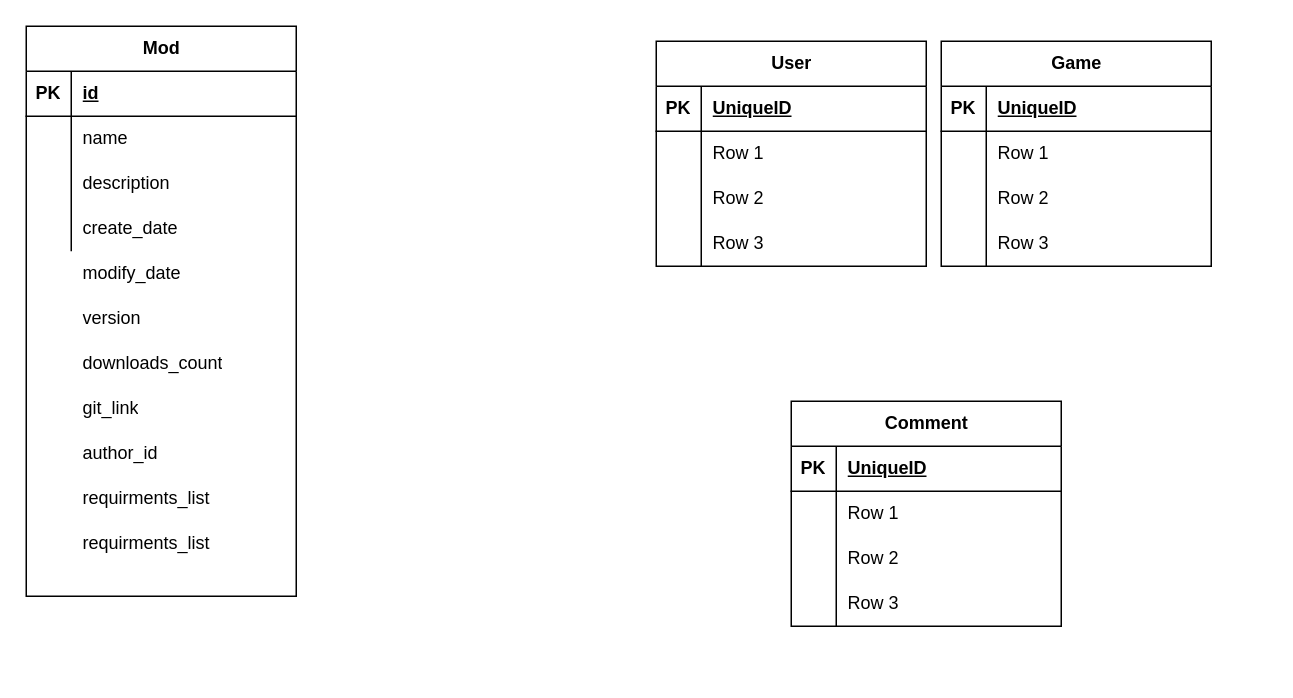
This is Диаграмма без названия.drawio from kviron/lostool, a draw.io file, before an edit. Source tidied: cells renumbered, new cells numbered last; positions are measured from the earlier drawing's top-left corner, leaving out a move shared by most shapes. Both pictures are drawn from the tidied source at 150%, with x=0, y=0 at pixel (26, 26).
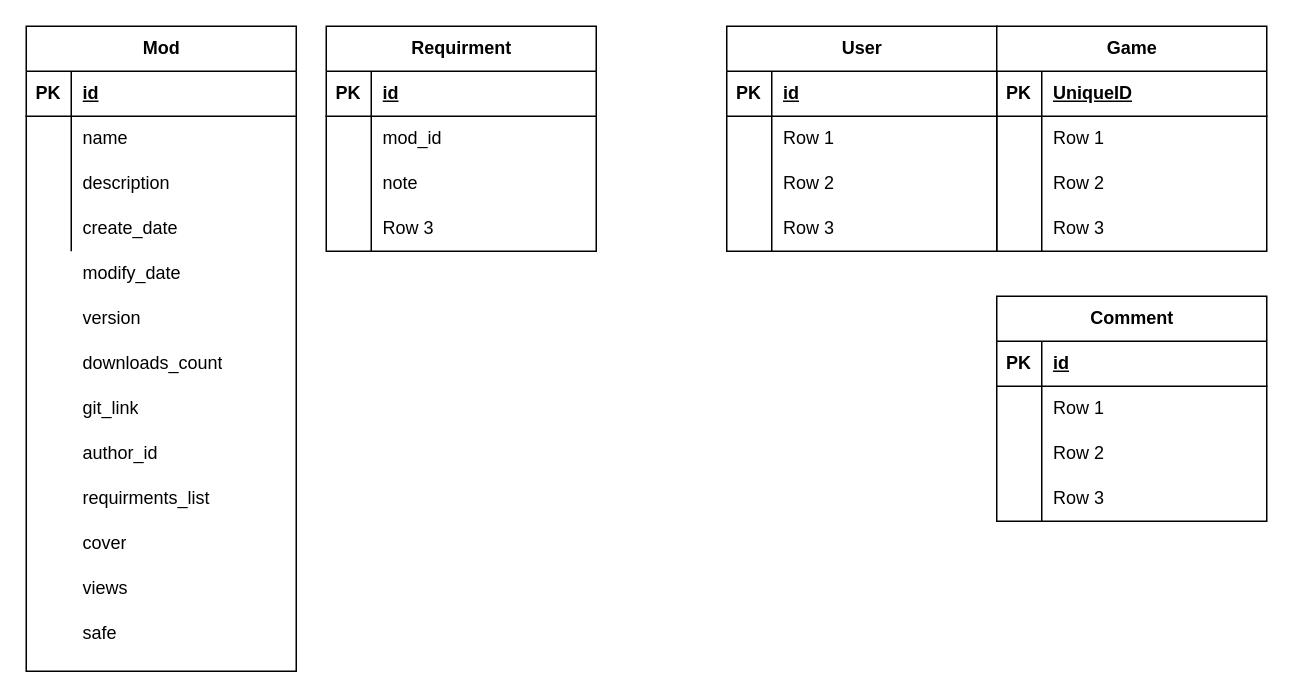
The same page after the edit.

The change refers to these unchanged cells:
```xml
<mxCell id="16" style="shape=tableRow;horizontal=0;startSize=0;swimlaneHead=0;swimlaneBody=0;fillColor=none;top=0;left=0;right=0;bottom=1;" parent="15" vertex="1">
  <mxGeometry y="30" width="180" height="30" as="geometry" />
</mxCell>
<mxCell id="29" style="shape=tableRow;horizontal=0;startSize=0;swimlaneHead=0;swimlaneBody=0;fillColor=none;top=0;left=0;right=0;bottom=1;" parent="28" vertex="1">
  <mxGeometry y="30" width="180" height="30" as="geometry" />
</mxCell>
```

The edit, as a diff of the source:
```diff
@@
     <mxCell id="2" value="Mod" style="shape=table;startSize=30;childLayout=tableLayout;rowLines=0;fontStyle=1;align=center;html=1;" parent="1" vertex="1">
-      <mxGeometry width="180" height="380" as="geometry" />
+      <mxGeometry width="180" height="430" as="geometry" />
     </mxCell>
@@
     <mxCell id="15" value="User" style="shape=table;startSize=30;childLayout=tableLayout;rowLines=0;fontStyle=1;align=center;html=1;" parent="1" vertex="1">
-      <mxGeometry x="420" y="10" width="180" height="150" as="geometry" />
+      <mxGeometry x="467" width="180" height="150" as="geometry" />
     </mxCell>
@@
-    <mxCell id="18" value="UniqueID" style="shape=partialRectangle;fillColor=none;top=0;left=0;bottom=0;right=0;align=left;spacingLeft=6;fontStyle=5;overflow=hidden;whiteSpace=wrap;html=1;" parent="16" vertex="1">
+    <mxCell id="18" value="id" style="shape=partialRectangle;fillColor=none;top=0;left=0;bottom=0;right=0;align=left;spacingLeft=6;fontStyle=5;overflow=hidden;whiteSpace=wrap;html=1;" parent="16" vertex="1">
       <mxGeometry x="30" width="150" height="30" as="geometry" />
     </mxCell>
@@
     <mxCell id="28" value="Comment" style="shape=table;startSize=30;childLayout=tableLayout;rowLines=0;fontStyle=1;align=center;html=1;" parent="1" vertex="1">
-      <mxGeometry x="510" y="250" width="180" height="150" as="geometry" />
+      <mxGeometry x="647" y="180" width="180" height="150" as="geometry" />
     </mxCell>
@@
-    <mxCell id="31" value="UniqueID" style="shape=partialRectangle;fillColor=none;top=0;left=0;bottom=0;right=0;align=left;spacingLeft=6;fontStyle=5;overflow=hidden;whiteSpace=wrap;html=1;" parent="29" vertex="1">
+    <mxCell id="31" value="id" style="shape=partialRectangle;fillColor=none;top=0;left=0;bottom=0;right=0;align=left;spacingLeft=6;fontStyle=5;overflow=hidden;whiteSpace=wrap;html=1;" parent="29" vertex="1">
       <mxGeometry x="30" width="150" height="30" as="geometry" />
     </mxCell>
@@
     <mxCell id="41" value="Game" style="shape=table;startSize=30;childLayout=tableLayout;rowLines=0;fontStyle=1;align=center;html=1;" parent="1" vertex="1">
-      <mxGeometry x="610" y="10" width="180" height="150" as="geometry" />
+      <mxGeometry x="647" width="180" height="150" as="geometry" />
     </mxCell>
@@
-    <mxCell id="62" value="requirments_list" style="shape=partialRectangle;fillColor=none;top=0;left=0;bottom=0;right=0;align=left;spacingLeft=6;overflow=hidden;whiteSpace=wrap;html=1;" parent="1" vertex="1">
+    <mxCell id="62" value="cover" style="shape=partialRectangle;fillColor=none;top=0;left=0;bottom=0;right=0;align=left;spacingLeft=6;overflow=hidden;whiteSpace=wrap;html=1;" parent="1" vertex="1">
       <mxGeometry x="30" y="330" width="150" height="30" as="geometry" />
     </mxCell>
+    <mxCell id="63" value="Requirment" style="shape=table;startSize=30;childLayout=tableLayout;rowLines=0;fontStyle=1;align=center;html=1;" parent="1" vertex="1">
+      <mxGeometry x="200" width="180" height="150" as="geometry" />
+    </mxCell>
+    <mxCell id="64" style="shape=tableRow;horizontal=0;startSize=0;swimlaneHead=0;swimlaneBody=0;fillColor=none;top=0;left=0;right=0;bottom=1;" parent="63" vertex="1">
+      <mxGeometry y="30" width="180" height="30" as="geometry" />
+    </mxCell>
+    <mxCell id="65" value="PK" style="shape=partialRectangle;fillColor=none;top=0;left=0;bottom=0;right=0;fontStyle=1;overflow=hidden;whiteSpace=wrap;html=1;" parent="64" vertex="1">
+      <mxGeometry width="30" height="30" as="geometry" />
+    </mxCell>
+    <mxCell id="66" value="id" style="shape=partialRectangle;fillColor=none;top=0;left=0;bottom=0;right=0;align=left;spacingLeft=6;fontStyle=5;overflow=hidden;whiteSpace=wrap;html=1;" parent="64" vertex="1">
+      <mxGeometry x="30" width="150" height="30" as="geometry" />
+    </mxCell>
+    <mxCell id="67" style="shape=tableRow;horizontal=0;startSize=0;swimlaneHead=0;swimlaneBody=0;fillColor=none;top=0;left=0;right=0;bottom=0;" parent="63" vertex="1">
+      <mxGeometry y="60" width="180" height="30" as="geometry" />
+    </mxCell>
+    <mxCell id="68" style="shape=partialRectangle;fillColor=none;top=0;left=0;bottom=0;right=0;overflow=hidden;whiteSpace=wrap;html=1;" parent="67" vertex="1">
+      <mxGeometry width="30" height="30" as="geometry" />
+    </mxCell>
+    <mxCell id="69" value="mod_id" style="shape=partialRectangle;fillColor=none;top=0;left=0;bottom=0;right=0;align=left;spacingLeft=6;overflow=hidden;whiteSpace=wrap;html=1;" parent="67" vertex="1">
+      <mxGeometry x="30" width="150" height="30" as="geometry" />
+    </mxCell>
+    <mxCell id="70" style="shape=tableRow;horizontal=0;startSize=0;swimlaneHead=0;swimlaneBody=0;fillColor=none;top=0;left=0;right=0;bottom=0;" parent="63" vertex="1">
+      <mxGeometry y="90" width="180" height="30" as="geometry" />
+    </mxCell>
+    <mxCell id="71" style="shape=partialRectangle;fillColor=none;top=0;left=0;bottom=0;right=0;overflow=hidden;whiteSpace=wrap;html=1;" parent="70" vertex="1">
+      <mxGeometry width="30" height="30" as="geometry" />
+    </mxCell>
+    <mxCell id="72" value="note" style="shape=partialRectangle;fillColor=none;top=0;left=0;bottom=0;right=0;align=left;spacingLeft=6;overflow=hidden;whiteSpace=wrap;html=1;" parent="70" vertex="1">
+      <mxGeometry x="30" width="150" height="30" as="geometry" />
+    </mxCell>
+    <mxCell id="73" style="shape=tableRow;horizontal=0;startSize=0;swimlaneHead=0;swimlaneBody=0;fillColor=none;top=0;left=0;right=0;bottom=0;" parent="63" vertex="1">
+      <mxGeometry y="120" width="180" height="30" as="geometry" />
+    </mxCell>
+    <mxCell id="74" style="shape=partialRectangle;fillColor=none;top=0;left=0;bottom=0;right=0;overflow=hidden;whiteSpace=wrap;html=1;" parent="73" vertex="1">
+      <mxGeometry width="30" height="30" as="geometry" />
+    </mxCell>
+    <mxCell id="75" value="Row 3" style="shape=partialRectangle;fillColor=none;top=0;left=0;bottom=0;right=0;align=left;spacingLeft=6;overflow=hidden;whiteSpace=wrap;html=1;" parent="73" vertex="1">
+      <mxGeometry x="30" width="150" height="30" as="geometry" />
+    </mxCell>
+    <mxCell id="76" value="views" style="shape=partialRectangle;fillColor=none;top=0;left=0;bottom=0;right=0;align=left;spacingLeft=6;overflow=hidden;whiteSpace=wrap;html=1;" parent="1" vertex="1">
+      <mxGeometry x="30" y="360" width="150" height="30" as="geometry" />
+    </mxCell>
+    <mxCell id="77" value="safe" style="shape=partialRectangle;fillColor=none;top=0;left=0;bottom=0;right=0;align=left;spacingLeft=6;overflow=hidden;whiteSpace=wrap;html=1;" parent="1" vertex="1">
+      <mxGeometry x="30" y="390" width="150" height="30" as="geometry" />
+    </mxCell>
```
